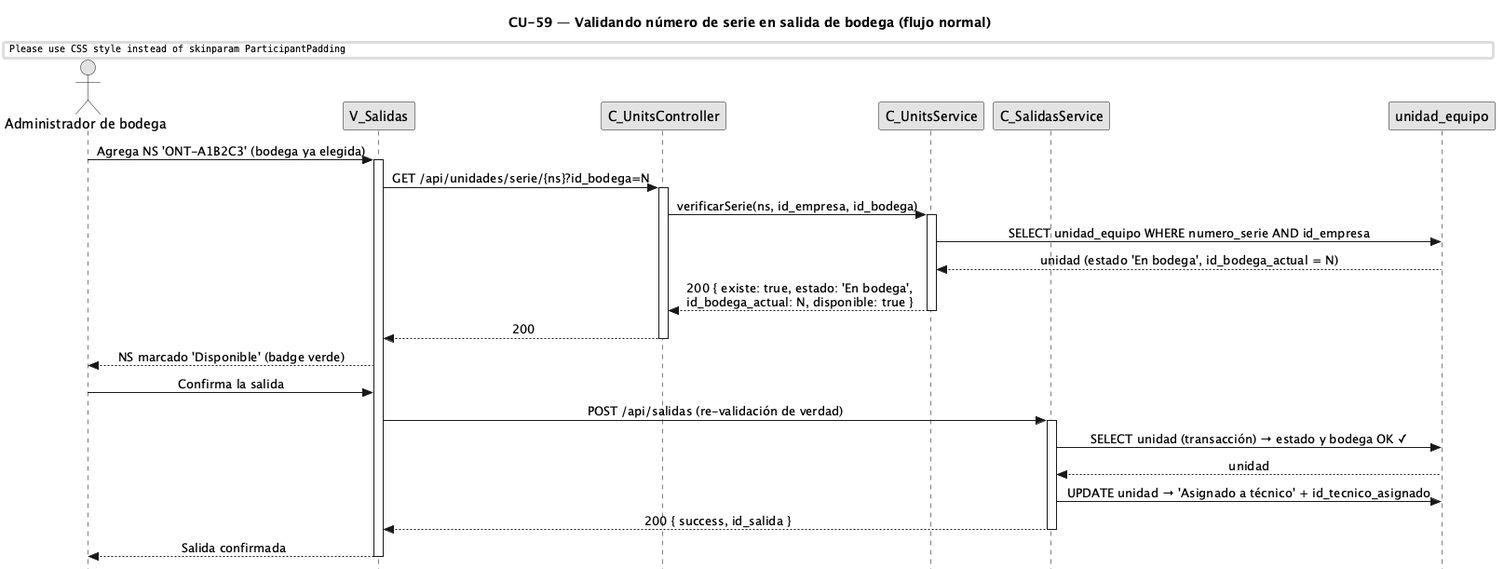
This is diagramas/diagramas-secuencia/CU59/CU59-normal.png from FSM-Finet-y-Cable-Magico/Team_1-Inventario-y-Bodega, a PlantUML export, as it was before one commit. Its diagram source:
```plantuml
@startuml CU59-normal
title CU-59 — Validando número de serie en salida de bodega (flujo normal)
skinparam style strictuml
skinparam monochrome true
skinparam shadowing false
skinparam sequenceMessageAlign center
skinparam ParticipantPadding 30
skinparam ActorPadding 12
skinparam sequence {
  MessageAlign center
  LifeLineBorderColor black
}
hide footbox

actor "Administrador de bodega" as user
participant "V_Salidas" as view
participant "C_UnitsController" as uctrl
participant "C_UnitsService" as usvc
participant "C_SalidasService" as svc
participant "unidad_equipo" as uent

user -> view : Agrega NS 'ONT-A1B2C3' (bodega ya elegida)
activate view
view -> uctrl : GET /api/unidades/serie/{ns}?id_bodega=N
activate uctrl
uctrl -> usvc : verificarSerie(ns, id_empresa, id_bodega)
activate usvc
usvc -> uent : SELECT unidad_equipo WHERE numero_serie AND id_empresa
uent --> usvc : unidad (estado 'En bodega', id_bodega_actual = N)
usvc --> uctrl : 200 { existe: true, estado: 'En bodega',\nid_bodega_actual: N, disponible: true }
deactivate usvc
uctrl --> view : 200
deactivate uctrl
view --> user : NS marcado 'Disponible' (badge verde)

user -> view : Confirma la salida
view -> svc : POST /api/salidas (re-validación de verdad)
activate svc
svc -> uent : SELECT unidad (transacción) → estado y bodega OK ✓
uent --> svc : unidad
svc -> uent : UPDATE unidad → 'Asignado a técnico' + id_tecnico_asignado
svc --> view : 200 { success, id_salida }
deactivate svc
view --> user : Salida confirmada
deactivate view
@enduml
```
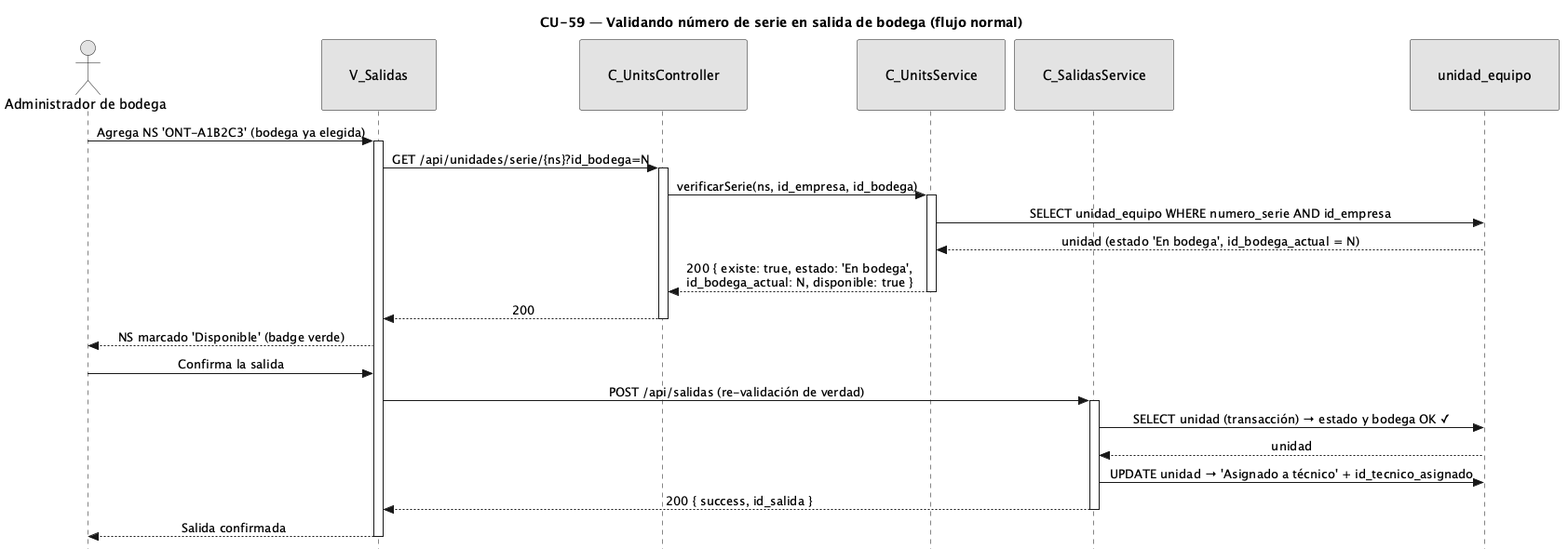
After the commit.

The edit, as a diff of the source:
```diff
@@ -4,8 +4,16 @@
 skinparam monochrome true
 skinparam shadowing false
 skinparam sequenceMessageAlign center
-skinparam ParticipantPadding 30
-skinparam ActorPadding 12
+<style>
+sequenceDiagram {
+  participant {
+    padding 30
+  }
+  actor {
+    padding 12
+  }
+}
+</style>
 skinparam sequence {
   MessageAlign center
   LifeLineBorderColor black
```
